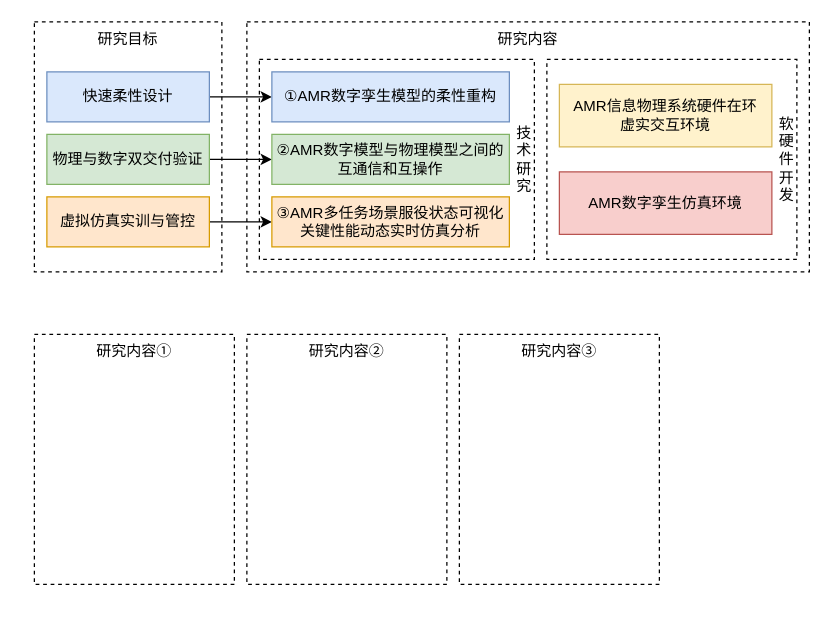
lilingkang/drawio-files keeps this draw.io diagram as 开题报告.drawio. Above is the earlier version. Source tidied: cells renumbered, new cells numbered last; positions are measured from the earlier drawing's top-left corner, leaving out a move shared by most shapes. Both pictures are drawn from the tidied source at 125%, with x=0, y=0 at pixel (34, 21).
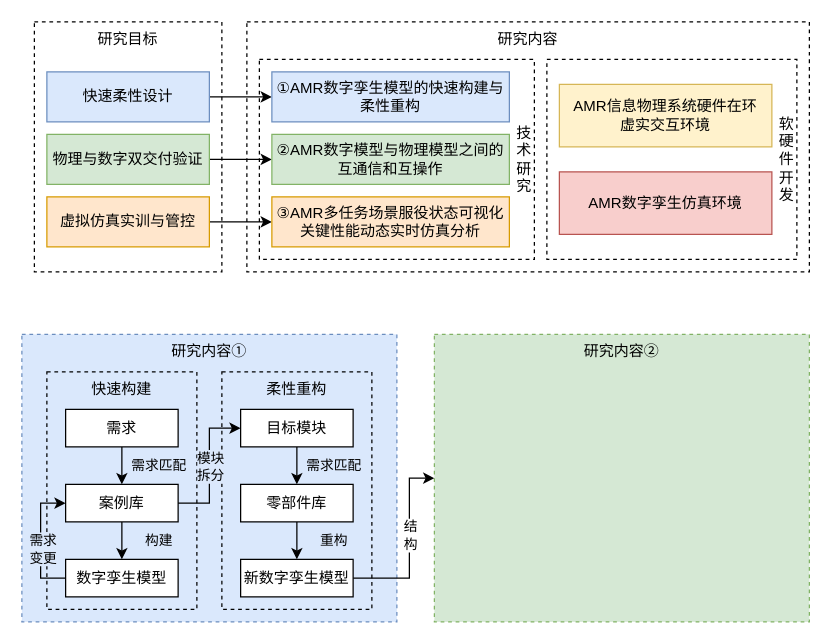
After the change.

Commit message:
更新开题报告.drawio

What changed in the source:
```diff
@@
-    <mxCell id="11" value="①AMR数字孪生模型的柔性重构" style="rounded=0;whiteSpace=wrap;html=1;fillColor=#dae8fc;strokeColor=#6c8ebf;" parent="1" vertex="1">
+    <mxCell id="11" value="①AMR数字孪生模型的快速构建与柔性重构" style="rounded=0;whiteSpace=wrap;html=1;fillColor=#dae8fc;strokeColor=#6c8ebf;" parent="1" vertex="1">
       <mxGeometry x="190" y="40" width="190" height="40" as="geometry" />
     </mxCell>
@@
-    <mxCell id="17" value="研究内容①" style="rounded=0;whiteSpace=wrap;html=1;dashed=1;fontFamily=Helvetica;fontSize=12;fillColor=none;verticalAlign=top;" parent="1" vertex="1">
-      <mxGeometry y="250" width="160" height="200" as="geometry" />
+    <mxCell id="17" value="研究内容①" style="rounded=0;whiteSpace=wrap;html=1;dashed=1;fontFamily=Helvetica;fontSize=12;fillColor=#dae8fc;verticalAlign=top;strokeColor=#6c8ebf;" parent="1" vertex="1">
+      <mxGeometry x="-10" y="250" width="300" height="230" as="geometry" />
     </mxCell>
+    <mxCell id="20" value="快速构建" style="rounded=0;whiteSpace=wrap;html=1;fontFamily=Helvetica;fontSize=12;verticalAlign=top;fillColor=none;dashed=1;" parent="1" vertex="1">
+      <mxGeometry x="10" y="280" width="120" height="190" as="geometry" />
+    </mxCell>
+    <mxCell id="21" value="柔性重构" style="rounded=0;whiteSpace=wrap;html=1;fontFamily=Helvetica;fontSize=12;verticalAlign=top;fillColor=none;dashed=1;" parent="1" vertex="1">
+      <mxGeometry x="150" y="280" width="120" height="190" as="geometry" />
+    </mxCell>
+    <mxCell id="22" style="edgeStyle=orthogonalEdgeStyle;rounded=0;jettySize=auto;html=1;fontFamily=Helvetica;fontSize=12;" parent="1" edge="1" source="23" target="30">
+      <mxGeometry relative="1" as="geometry" />
+    </mxCell>
+    <mxCell id="23" value="案例库" style="rounded=0;whiteSpace=wrap;html=1;fontFamily=Helvetica;fontSize=12;fillColor=default;" parent="1" vertex="1">
+      <mxGeometry x="25" y="370" width="90" height="30" as="geometry" />
+    </mxCell>
+    <mxCell id="24" style="edgeStyle=orthogonalEdgeStyle;rounded=0;jettySize=auto;html=1;fontFamily=Helvetica;fontSize=12;" parent="1" edge="1" source="25" target="23">
+      <mxGeometry relative="1" as="geometry" />
+    </mxCell>
+    <mxCell id="25" value="需求" style="rounded=0;whiteSpace=wrap;html=1;fontFamily=Helvetica;fontSize=12;fillColor=default;" parent="1" vertex="1">
+      <mxGeometry x="25" y="310" width="90" height="30" as="geometry" />
+    </mxCell>
+    <mxCell id="26" style="edgeStyle=orthogonalEdgeStyle;rounded=0;jettySize=auto;html=1;entryX=0;entryY=0.5;entryDx=0;entryDy=0;fontFamily=Helvetica;fontSize=11;exitX=1;exitY=0.5;exitDx=0;exitDy=0;" parent="1" edge="1" source="23" target="32">
+      <mxGeometry relative="1" as="geometry" />
+    </mxCell>
+    <mxCell id="27" value="模块&lt;br&gt;拆分" style="edgeLabel;html=1;align=center;verticalAlign=middle;fontSize=11;fontFamily=Helvetica;labelBackgroundColor=#dbe8fb;" parent="26" vertex="1">
+      <mxGeometry x="-0.22" y="1" relative="1" as="geometry">
+        <mxPoint x="1" y="-12" as="offset" />
+      </mxGeometry>
+    </mxCell>
+    <mxCell id="28" style="edgeStyle=orthogonalEdgeStyle;rounded=0;jettySize=auto;html=1;entryX=0;entryY=0.5;entryDx=0;entryDy=0;fontFamily=Helvetica;fontSize=11;exitX=0;exitY=0.5;exitDx=0;exitDy=0;" parent="1" edge="1" source="30" target="23">
+      <mxGeometry relative="1" as="geometry" />
+    </mxCell>
+    <mxCell id="29" value="需求&lt;br&gt;变更" style="edgeLabel;html=1;align=center;verticalAlign=middle;fontSize=11;fontFamily=Helvetica;labelBackgroundColor=#dbe8fb;" parent="28" vertex="1">
+      <mxGeometry x="-0.13" y="-1" relative="1" as="geometry" />
+    </mxCell>
+    <mxCell id="30" value="数字孪生模型" style="rounded=0;whiteSpace=wrap;html=1;fontFamily=Helvetica;fontSize=12;fillColor=default;" parent="1" vertex="1">
+      <mxGeometry x="25" y="430" width="90" height="30" as="geometry" />
+    </mxCell>
+    <mxCell id="31" style="edgeStyle=orthogonalEdgeStyle;rounded=0;jettySize=auto;html=1;fontFamily=Helvetica;fontSize=11;" parent="1" edge="1" source="32" target="36">
+      <mxGeometry relative="1" as="geometry" />
+    </mxCell>
+    <mxCell id="32" value="目标模块" style="rounded=0;whiteSpace=wrap;html=1;fontFamily=Helvetica;fontSize=12;fillColor=default;" parent="1" vertex="1">
+      <mxGeometry x="165" y="310" width="90" height="30" as="geometry" />
+    </mxCell>
+    <mxCell id="33" value="&lt;font style=&quot;font-size: 11px;&quot;&gt;需求匹配&lt;/font&gt;" style="text;html=1;strokeColor=none;fillColor=none;align=center;verticalAlign=middle;whiteSpace=wrap;rounded=0;fontFamily=Helvetica;fontSize=12;" parent="1" vertex="1">
+      <mxGeometry x="70" y="340" width="60" height="30" as="geometry" />
+    </mxCell>
+    <mxCell id="34" value="&lt;font style=&quot;font-size: 11px;&quot;&gt;构建&lt;/font&gt;" style="text;html=1;strokeColor=none;fillColor=none;align=center;verticalAlign=middle;whiteSpace=wrap;rounded=0;fontFamily=Helvetica;fontSize=12;" parent="1" vertex="1">
+      <mxGeometry x="70" y="400" width="60" height="30" as="geometry" />
+    </mxCell>
+    <mxCell id="35" style="edgeStyle=orthogonalEdgeStyle;rounded=0;jettySize=auto;html=1;fontFamily=Helvetica;fontSize=11;" parent="1" edge="1" source="36" target="39">
+      <mxGeometry relative="1" as="geometry" />
+    </mxCell>
+    <mxCell id="36" value="零部件库" style="whiteSpace=wrap;html=1;rounded=0;" parent="1" vertex="1">
+      <mxGeometry x="165" y="370" width="90" height="30" as="geometry" />
+    </mxCell>
+    <mxCell id="37" style="edgeStyle=orthogonalEdgeStyle;rounded=0;jettySize=auto;html=1;entryX=0;entryY=0.5;entryDx=0;entryDy=0;fontFamily=Helvetica;fontSize=11;" parent="1" edge="1" source="39" target="18">
+      <mxGeometry relative="1" as="geometry">
+        <Array as="points">
+          <mxPoint x="300" y="445" />
+          <mxPoint x="300" y="365" />
+        </Array>
+      </mxGeometry>
+    </mxCell>
+    <mxCell id="38" value="结&lt;br&gt;构" style="edgeLabel;html=1;align=center;verticalAlign=middle;fontSize=11;fontFamily=Helvetica;" parent="37" vertex="1">
+      <mxGeometry x="-0.05" relative="1" as="geometry">
+        <mxPoint y="-11" as="offset" />
+      </mxGeometry>
+    </mxCell>
+    <mxCell id="39" value="新数字孪生模型" style="rounded=0;whiteSpace=wrap;html=1;fontFamily=Helvetica;fontSize=12;fillColor=default;" parent="1" vertex="1">
+      <mxGeometry x="165" y="430" width="90" height="30" as="geometry" />
+    </mxCell>
+    <mxCell id="40" value="&lt;font style=&quot;font-size: 11px;&quot;&gt;需求匹配&lt;/font&gt;" style="text;html=1;strokeColor=none;fillColor=none;align=center;verticalAlign=middle;whiteSpace=wrap;rounded=0;fontFamily=Helvetica;fontSize=12;" parent="1" vertex="1">
+      <mxGeometry x="210" y="340" width="60" height="30" as="geometry" />
+    </mxCell>
+    <mxCell id="41" value="&lt;font style=&quot;font-size: 11px;&quot;&gt;重构&lt;/font&gt;" style="text;html=1;strokeColor=none;fillColor=none;align=center;verticalAlign=middle;whiteSpace=wrap;rounded=0;fontFamily=Helvetica;fontSize=12;" parent="1" vertex="1">
+      <mxGeometry x="210" y="400" width="60" height="30" as="geometry" />
+    </mxCell>
-    <mxCell id="18" value="研究内容②" style="rounded=0;whiteSpace=wrap;html=1;dashed=1;fontFamily=Helvetica;fontSize=12;fillColor=none;verticalAlign=top;" parent="1" vertex="1">
-      <mxGeometry x="170" y="250" width="160" height="200" as="geometry" />
+    <mxCell id="18" value="研究内容②" style="rounded=0;whiteSpace=wrap;html=1;dashed=1;fontFamily=Helvetica;fontSize=12;fillColor=#d5e8d4;verticalAlign=top;strokeColor=#82b366;" parent="1" vertex="1">
+      <mxGeometry x="320" y="250" width="300" height="230" as="geometry" />
     </mxCell>
-    <mxCell id="19" value="研究内容③" style="rounded=0;whiteSpace=wrap;html=1;dashed=1;fontFamily=Helvetica;fontSize=12;fillColor=none;verticalAlign=top;" parent="1" vertex="1">
-      <mxGeometry x="340" y="250" width="160" height="200" as="geometry" />
-    </mxCell>
```
